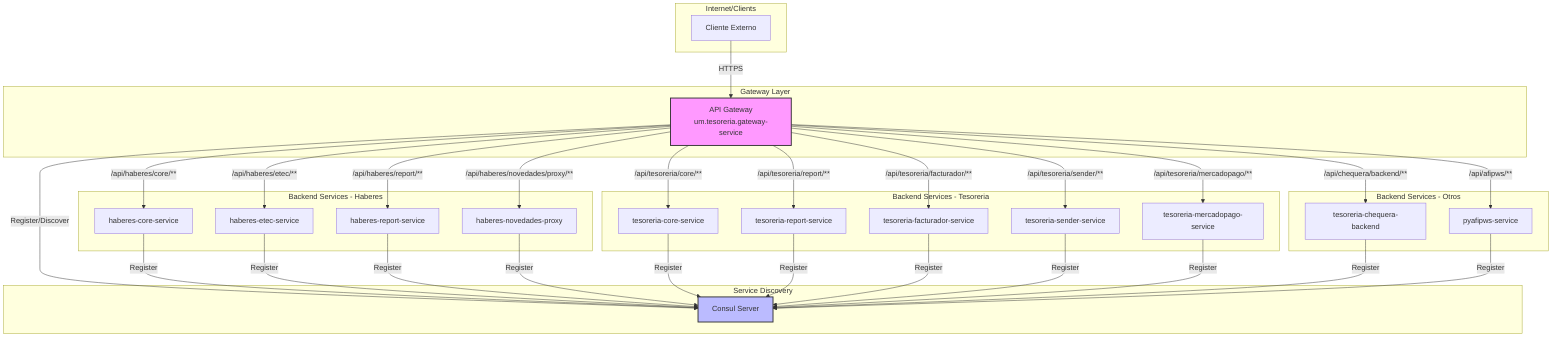
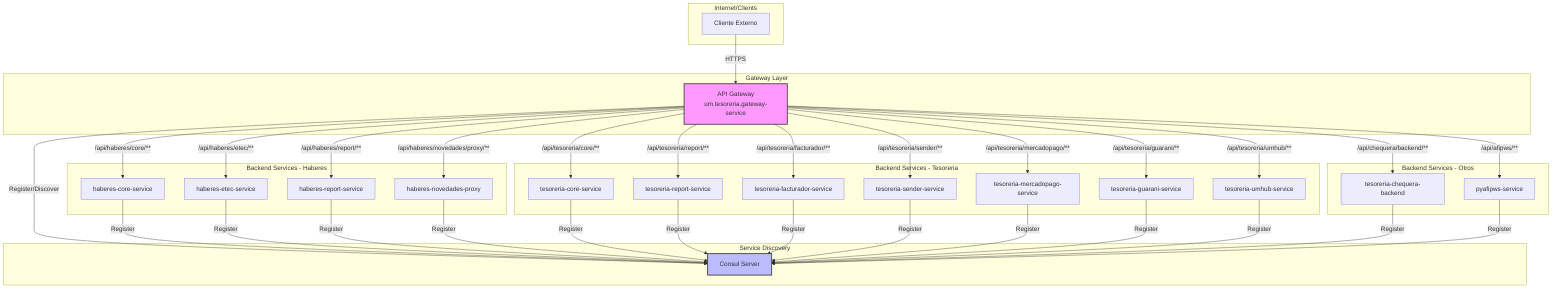
graph TD
    subgraph "Internet/Clients"
        Client[Cliente Externo]
    end

    subgraph "Gateway Layer"
        Gateway[API Gateway<br/>um.tesoreria.gateway-service]
    end

    subgraph "Backend Services - Haberes"
        HaberesCore[haberes-core-service]
        HaberesEtec[haberes-etec-service]
        HaberesReport[haberes-report-service]
        HaberesNovedades[haberes-novedades-proxy]
    end

    subgraph "Backend Services - Tesoreria"
        TesoreriaCore[tesoreria-core-service]
        TesoreriaReport[tesoreria-report-service]
        TesoreriaFacturador[tesoreria-facturador-service]
        TesoreriaSender[tesoreria-sender-service]
        TesoreriaMP[tesoreria-mercadopago-service]
+         TesoreriaGuarani[tesoreria-guarani-service]
+         TesoreriaUMHub[tesoreria-umhub-service]
    end

    subgraph "Backend Services - Otros"
        Chequera[tesoreria-chequera-backend]
        Afipws[pyafipws-service]
    end

    subgraph "Service Discovery"
        Consul[Consul Server]
    end

    Client -->|HTTPS| Gateway

    Gateway -->|/api/haberes/core/**| HaberesCore
    Gateway -->|/api/haberes/etec/**| HaberesEtec
    Gateway -->|/api/haberes/report/**| HaberesReport
    Gateway -->|/api/haberes/novedades/proxy/**| HaberesNovedades
    Gateway -->|/api/tesoreria/core/**| TesoreriaCore
    Gateway -->|/api/tesoreria/report/**| TesoreriaReport
    Gateway -->|/api/tesoreria/facturador/**| TesoreriaFacturador
    Gateway -->|/api/tesoreria/sender/**| TesoreriaSender
    Gateway -->|/api/tesoreria/mercadopago/**| TesoreriaMP
+     Gateway -->|/api/tesoreria/guarani/**| TesoreriaGuarani
+     Gateway -->|/api/tesoreria/umhub/**| TesoreriaUMHub
    Gateway -->|/api/chequera/backend/**| Chequera
    Gateway -->|/api/afipws/**| Afipws

    Gateway -->|Register/Discover| Consul
    HaberesCore -->|Register| Consul
    HaberesEtec -->|Register| Consul
    HaberesReport -->|Register| Consul
    HaberesNovedades -->|Register| Consul
    TesoreriaCore -->|Register| Consul
    TesoreriaReport -->|Register| Consul
    TesoreriaFacturador -->|Register| Consul
    TesoreriaSender -->|Register| Consul
    TesoreriaMP -->|Register| Consul
+     TesoreriaGuarani -->|Register| Consul
+     TesoreriaUMHub -->|Register| Consul
    Chequera -->|Register| Consul
    Afipws -->|Register| Consul

    style Gateway fill:#f9f,stroke:#333,stroke-width:2px
    style Consul fill:#bbf,stroke:#333,stroke-width:2px
